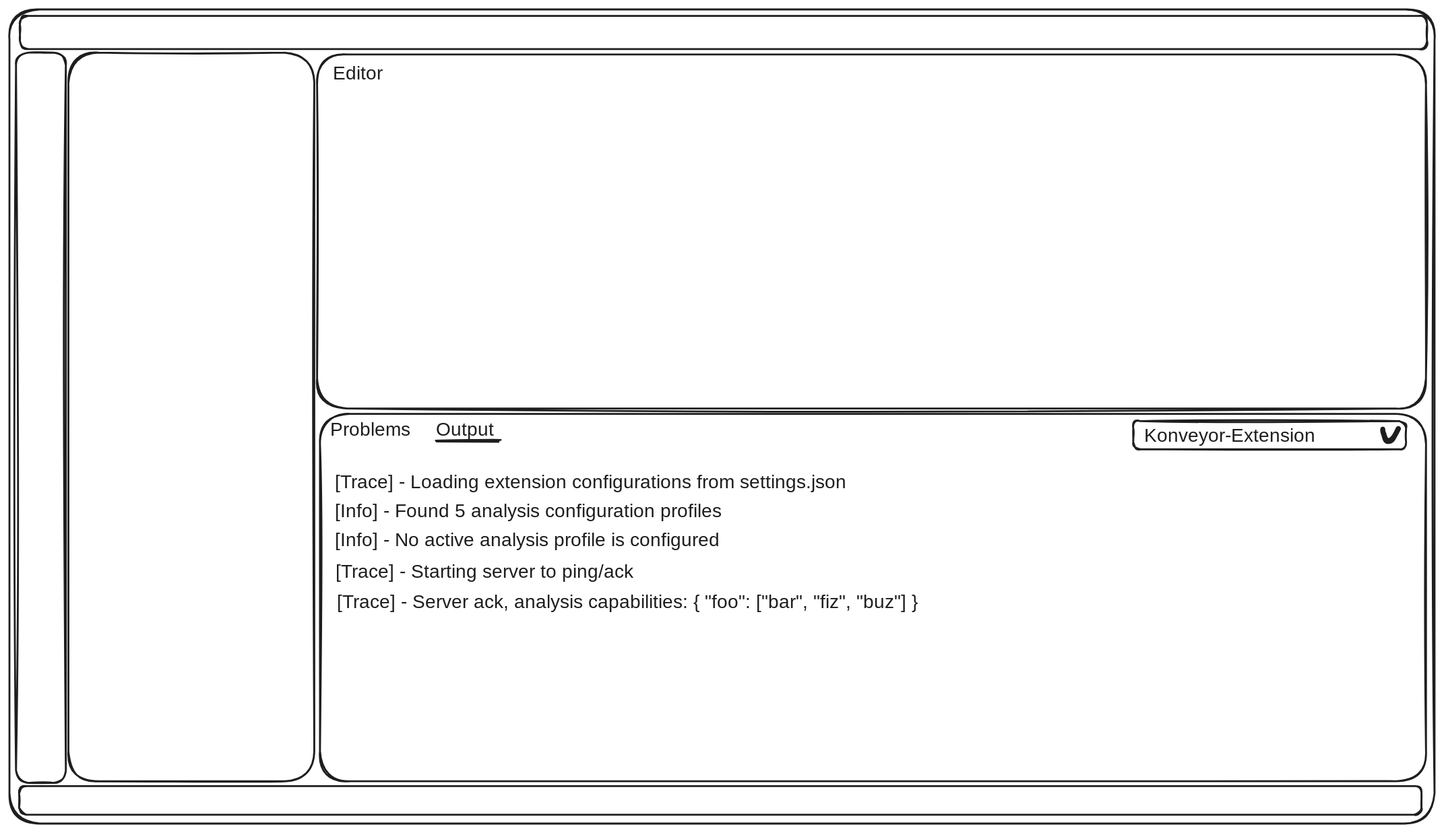
Earlier version of the Excalidraw export wireframe/1.outputchannel.excalidraw.svg (sjd78/kai-ide-user-stories). Source tidied: one line per element, renumbered; positions are measured from the earlier drawing's top-left corner, leaving out a move shared by most shapes. Source of this version:
```json
{"id": 0, "type": "rectangle", "strokeColor": "#1e1e1e", "strokeWidth": 2, "roughness": 1, "round": true, "x": 0, "y": 0, "width": 1510, "height": 863}
{"id": 1, "type": "rectangle", "strokeColor": "#1e1e1e", "strokeWidth": 2, "roughness": 1, "round": true, "x": 11, "y": 7, "width": 1491, "height": 35}
{"id": 2, "type": "rectangle", "strokeColor": "#1e1e1e", "strokeWidth": 2, "roughness": 1, "round": true, "x": 7, "y": 46, "width": 53, "height": 775}
{"id": 3, "type": "rectangle", "strokeColor": "#1e1e1e", "strokeWidth": 2, "roughness": 1, "round": true, "x": 10, "y": 824, "width": 1486, "height": 30}
{"id": 4, "type": "rectangle", "strokeColor": "#1e1e1e", "strokeWidth": 2, "roughness": 1, "round": true, "x": 62, "y": 46, "width": 261, "height": 773}
{"id": 5, "type": "rectangle", "strokeColor": "#1e1e1e", "strokeWidth": 2, "roughness": 1, "round": true, "x": 326, "y": 48, "width": 1175, "height": 375}
{"id": 6, "type": "text", "text": "Editor", "strokeColor": "#1e1e1e", "strokeWidth": 2, "roughness": 1, "fontSize": 20, "fontFamily": 1, "x": 343, "y": 57, "width": 60, "height": 25}
{"id": 7, "type": "rectangle", "strokeColor": "#1e1e1e", "strokeWidth": 2, "roughness": 1, "round": true, "x": 329, "y": 429, "width": 1172, "height": 390}
{"id": 8, "type": "text", "text": "Problems", "strokeColor": "#1e1e1e", "strokeWidth": 2, "roughness": 1, "fontSize": 20, "fontFamily": 1, "x": 340, "y": 434, "width": 83, "height": 25}
{"id": 9, "type": "text", "text": "Output", "strokeColor": "#1e1e1e", "strokeWidth": 2, "roughness": 1, "fontSize": 20, "fontFamily": 1, "x": 452, "y": 434, "width": 70, "height": 25}
{"id": 10, "type": "line", "strokeColor": "#1e1e1e", "strokeWidth": 2, "roughness": 1, "round": true, "x": 452, "y": 458, "width": 67, "height": 0, "points": [[0, 0], [67, 0]]}
{"id": 11, "type": "rectangle", "strokeColor": "#1e1e1e", "strokeWidth": 2, "roughness": 1, "round": true, "x": 1191, "y": 437, "width": 289, "height": 30}
{"id": 12, "type": "freedraw", "strokeColor": "#1e1e1e", "strokeWidth": 1, "roughness": 1, "x": 1455, "y": 445, "width": 17, "height": 14, "points": [[0, 0], [0, 1], [0, 1], [0, 3], [0, 3], [1, 5], [2, 7], [2, 9], [3, 11], [4, 13], [5, 13], [6, 13], [9, 13], [10, 12], [12, 9], [14, 5], [15, 3], [15, 2], [16, 1], [16, 0], [17, -1], [17, -1]]}
{"id": 13, "type": "text", "text": "Konveyor-Extension ", "strokeColor": "#1e1e1e", "strokeWidth": 1, "roughness": 1, "fontSize": 20, "fontFamily": 1, "x": 1202, "y": 440, "width": 193, "height": 25}
{"id": 14, "type": "text", "text": "[Trace] - Loading extension configurations from settings.json", "strokeColor": "#1e1e1e", "strokeWidth": 1, "roughness": 1, "fontSize": 20, "fontFamily": 1, "x": 345, "y": 490, "width": 607, "height": 25}
{"id": 15, "type": "text", "text": "[Info] - Found 5 analysis configuration profiles", "strokeColor": "#1e1e1e", "strokeWidth": 1, "roughness": 1, "fontSize": 20, "fontFamily": 1, "x": 345, "y": 521, "width": 468, "height": 25}
{"id": 16, "type": "text", "text": "[Info] - No active analysis profile is configured", "strokeColor": "#1e1e1e", "strokeWidth": 1, "roughness": 1, "fontSize": 20, "fontFamily": 1, "x": 345, "y": 552, "width": 472, "height": 25}
{"id": 17, "type": "text", "text": "[Trace] - Starting server to ping/ack", "strokeColor": "#1e1e1e", "strokeWidth": 1, "roughness": 1, "fontSize": 20, "fontFamily": 1, "x": 345, "y": 585, "width": 377, "height": 25}
{"id": 18, "type": "text", "text": "[Trace] - Server ack, analysis capabilities: { \"foo\": [\"bar\", \"fiz\", \"buz\"] }", "strokeColor": "#1e1e1e", "strokeWidth": 1, "roughness": 1, "fontSize": 20, "fontFamily": 1, "x": 347, "y": 617, "width": 718, "height": 25}
```
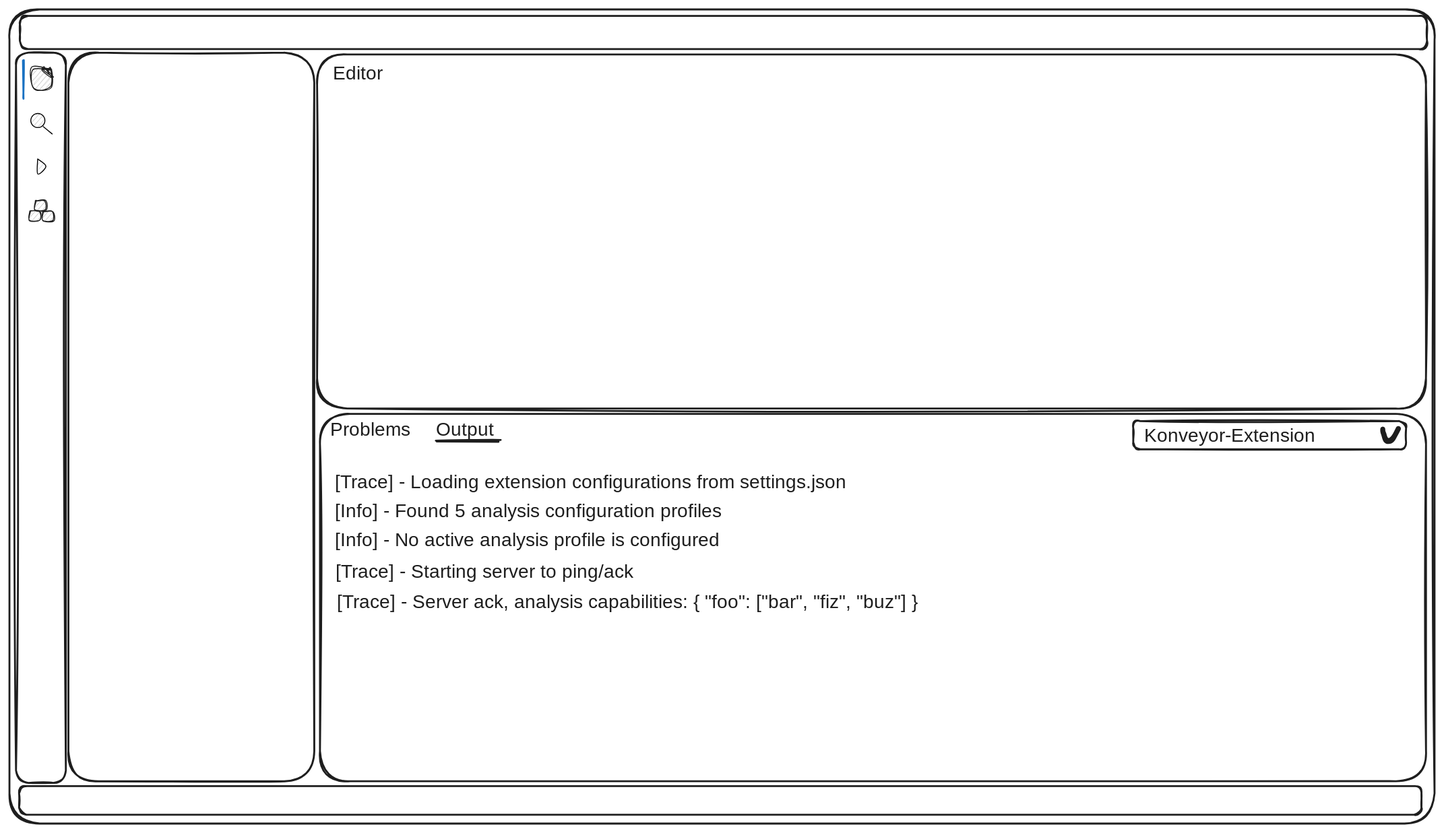
After the change.

What changed in the source:
```diff
@@ -17,3 +17,11 @@
 {"id": 16, "type": "text", "text": "[Info] - No active analysis profile is configured", "strokeColor": "#1e1e1e", "strokeWidth": 1, "roughness": 1, "fontSize": 20, "fontFamily": 1, "x": 345, "y": 552, "width": 472, "height": 25}
 {"id": 17, "type": "text", "text": "[Trace] - Starting server to ping/ack", "strokeColor": "#1e1e1e", "strokeWidth": 1, "roughness": 1, "fontSize": 20, "fontFamily": 1, "x": 345, "y": 585, "width": 377, "height": 25}
 {"id": 18, "type": "text", "text": "[Trace] - Server ack, analysis capabilities: { \"foo\": [\"bar\", \"fiz\", \"buz\"] }", "strokeColor": "#1e1e1e", "strokeWidth": 1, "roughness": 1, "fontSize": 20, "fontFamily": 1, "x": 347, "y": 617, "width": 718, "height": 25}
+{"id": 19, "type": "line", "strokeColor": "#000000", "backgroundColor": "#ced4da", "fillStyle": "hachure", "strokeWidth": 1, "roughness": 0, "round": true, "x": 30, "y": 159, "width": 9, "height": 16, "points": [[0, 0], [9, 8], [0, 16], [0, 0]]}
+{"id": 20, "type": "line", "strokeColor": "#1e1e1e", "backgroundColor": "#c8c8c8", "fillStyle": "hachure", "strokeWidth": 1, "roughness": 1, "round": true, "x": 40, "y": 64, "width": 21, "height": 23, "points": [[0, 0], [5, 0], [3, 18], [-14, 20], [-15, -1], [4, -1], [-5, 0], [5, 8], [-3, -3]]}
+{"id": 21, "type": "line", "strokeColor": "#1971c2", "backgroundColor": "#c8c8c8", "fillStyle": "hachure", "strokeWidth": 2, "roughness": 1, "round": true, "x": 14, "y": 54, "width": 0, "height": 40, "points": [[0, 0], [0, 40]]}
+{"id": 22, "type": "ellipse", "strokeColor": "#000000", "backgroundColor": "#c8c8c8", "fillStyle": "hachure", "strokeWidth": 1, "roughness": 0, "x": 23, "y": 110, "width": 15, "height": 15}
+{"id": 23, "type": "line", "strokeColor": "#000000", "backgroundColor": "#c8c8c8", "fillStyle": "hachure", "strokeWidth": 1, "roughness": 0, "round": true, "x": 36, "y": 124, "width": 9, "height": 8, "points": [[0, 0], [9, 8]]}
+{"id": 24, "type": "line", "strokeColor": "#1e1e1e", "backgroundColor": "#c8c8c8", "fillStyle": "hachure", "strokeWidth": 1, "roughness": 1, "round": true, "x": 28, "y": 203, "width": 11, "height": 10, "points": [[0, 0], [10, 0], [11, 9], [0, 10], [0, 0]]}
+{"id": 25, "type": "line", "strokeColor": "#1e1e1e", "backgroundColor": "#c8c8c8", "fillStyle": "hachure", "strokeWidth": 1, "roughness": 1, "round": true, "x": 36, "y": 214, "width": 11, "height": 10, "points": [[0, 0], [10, 0], [11, 9], [0, 10], [0, 0]]}
+{"id": 26, "type": "line", "strokeColor": "#1e1e1e", "backgroundColor": "#c8c8c8", "fillStyle": "hachure", "strokeWidth": 1, "roughness": 1, "round": true, "x": 22, "y": 214, "width": 11, "height": 10, "points": [[0, 0], [10, 0], [11, 9], [0, 10], [0, 0]]}
```
